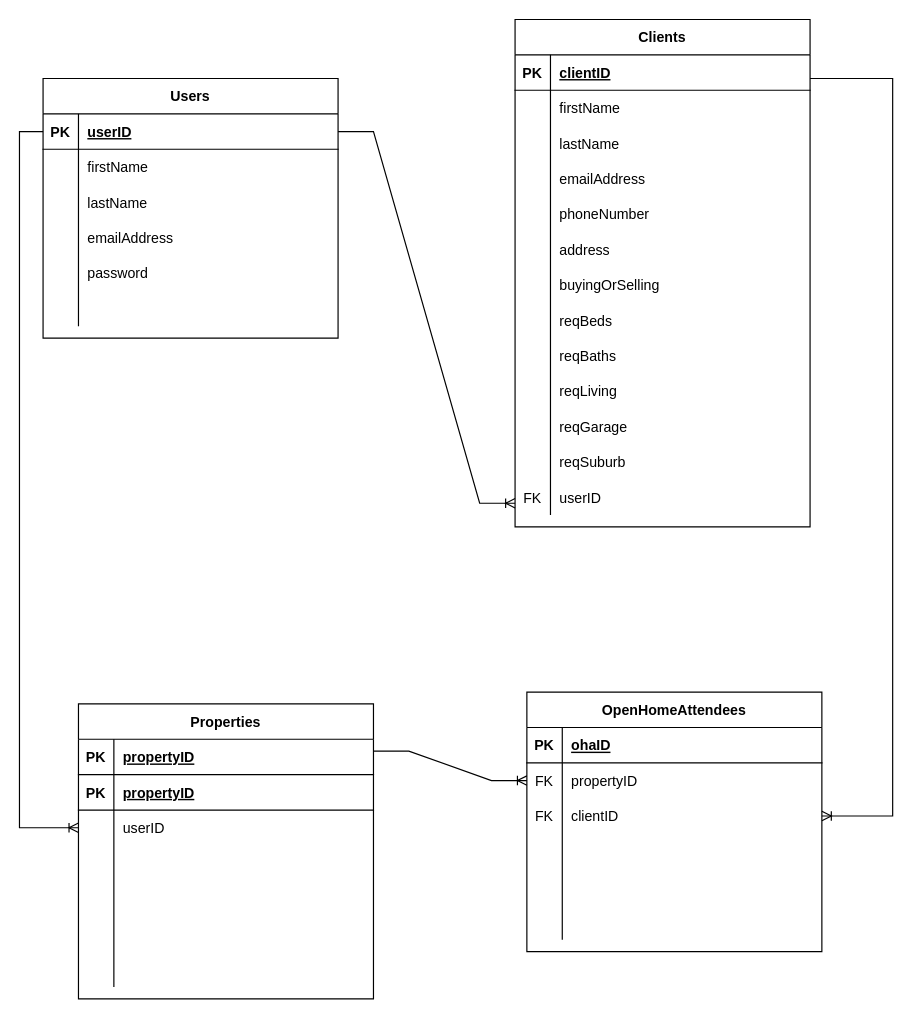
EmCorkindale/CapstoneProject keeps this draw.io diagram as BackEnd/DatabaseModels/PhysicalModel.drawio. Above is the earlier version. Source tidied: cells renumbered, new cells numbered last; positions are measured from the earlier drawing's top-left corner, leaving out a move shared by most shapes. Both pictures are drawn from the tidied source at 118%, with x=0, y=0 at pixel (19, 19).
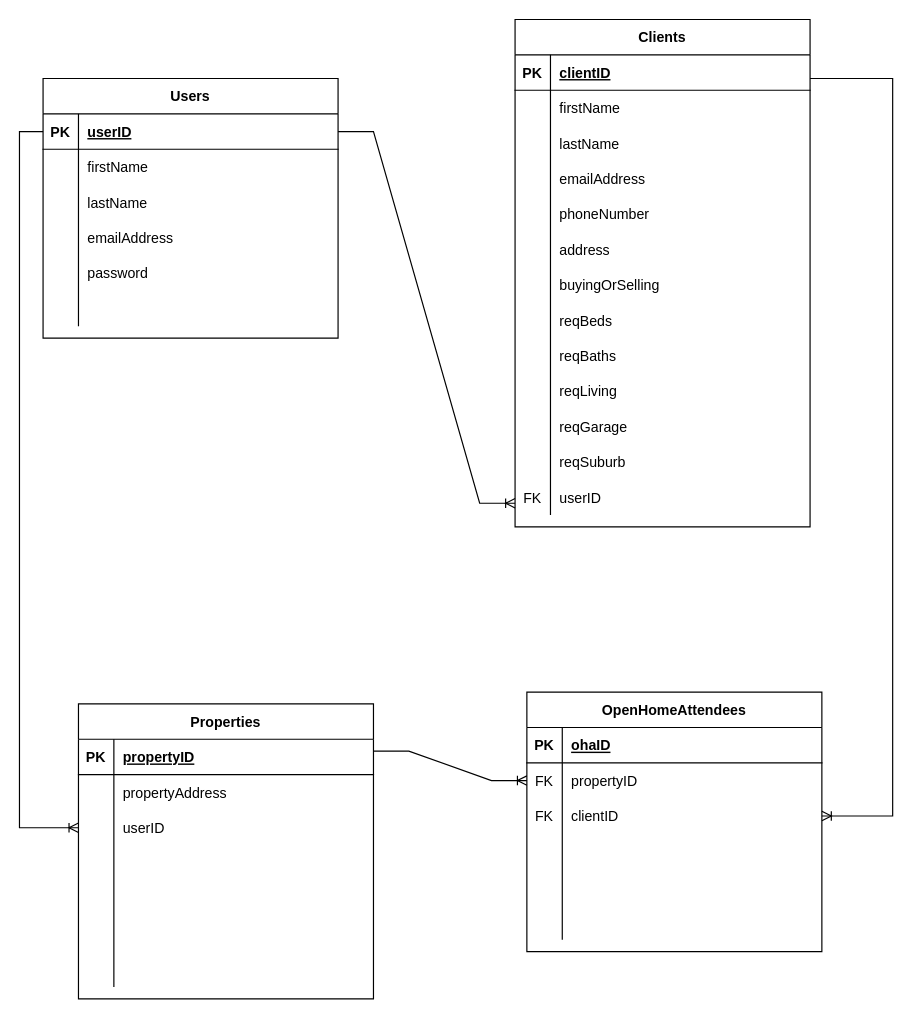
The same diagram, later.

Unchanged cells that the change refers to:
```xml
<mxCell id="61" value="Properties" style="shape=table;startSize=30;childLayout=tableLayout;rowLines=0;fontStyle=1;align=center;" parent="1" vertex="1">
  <mxGeometry x="50" y="580" width="250" height="250" as="geometry" />
</mxCell>
```

Diff of the diagram source:
```diff
@@
-    <mxCell id="65" style="shape=partialRectangle;fillColor=none;top=0;left=0;right=0;bottom=1;" parent="61" vertex="1">
-      <mxGeometry y="60" width="250" height="30" as="geometry" />
-    </mxCell>
-    <mxCell id="66" value="PK" style="shape=partialRectangle;overflow=hidden;fillColor=none;top=0;left=0;bottom=0;right=0;fontStyle=1;" parent="65" vertex="1">
-      <mxGeometry width="30" height="30" as="geometry" />
-    </mxCell>
-    <mxCell id="67" value="propertyID" style="shape=partialRectangle;overflow=hidden;fillColor=none;top=0;left=0;bottom=0;right=0;align=left;spacingLeft=6;fontStyle=5;" parent="65" vertex="1">
-      <mxGeometry x="30" width="220" height="30" as="geometry" />
+    <mxCell id="67" style="shape=partialRectangle;fillColor=none;top=0;left=0;right=0;bottom=0;" parent="61" vertex="1">
+      <mxGeometry y="60" width="250" height="30" as="geometry" />
     </mxCell>
+    <mxCell id="106" style="shape=partialRectangle;overflow=hidden;fillColor=none;top=0;left=0;bottom=0;right=0;" parent="67" vertex="1">
+      <mxGeometry width="30" height="30" as="geometry" />
+    </mxCell>
+    <mxCell id="107" value="propertyAddress" style="shape=partialRectangle;overflow=hidden;fillColor=none;top=0;left=0;bottom=0;right=0;align=left;spacingLeft=6;" parent="67" vertex="1">
+      <mxGeometry x="30" width="220" height="30" as="geometry" />
+    </mxCell>
```
